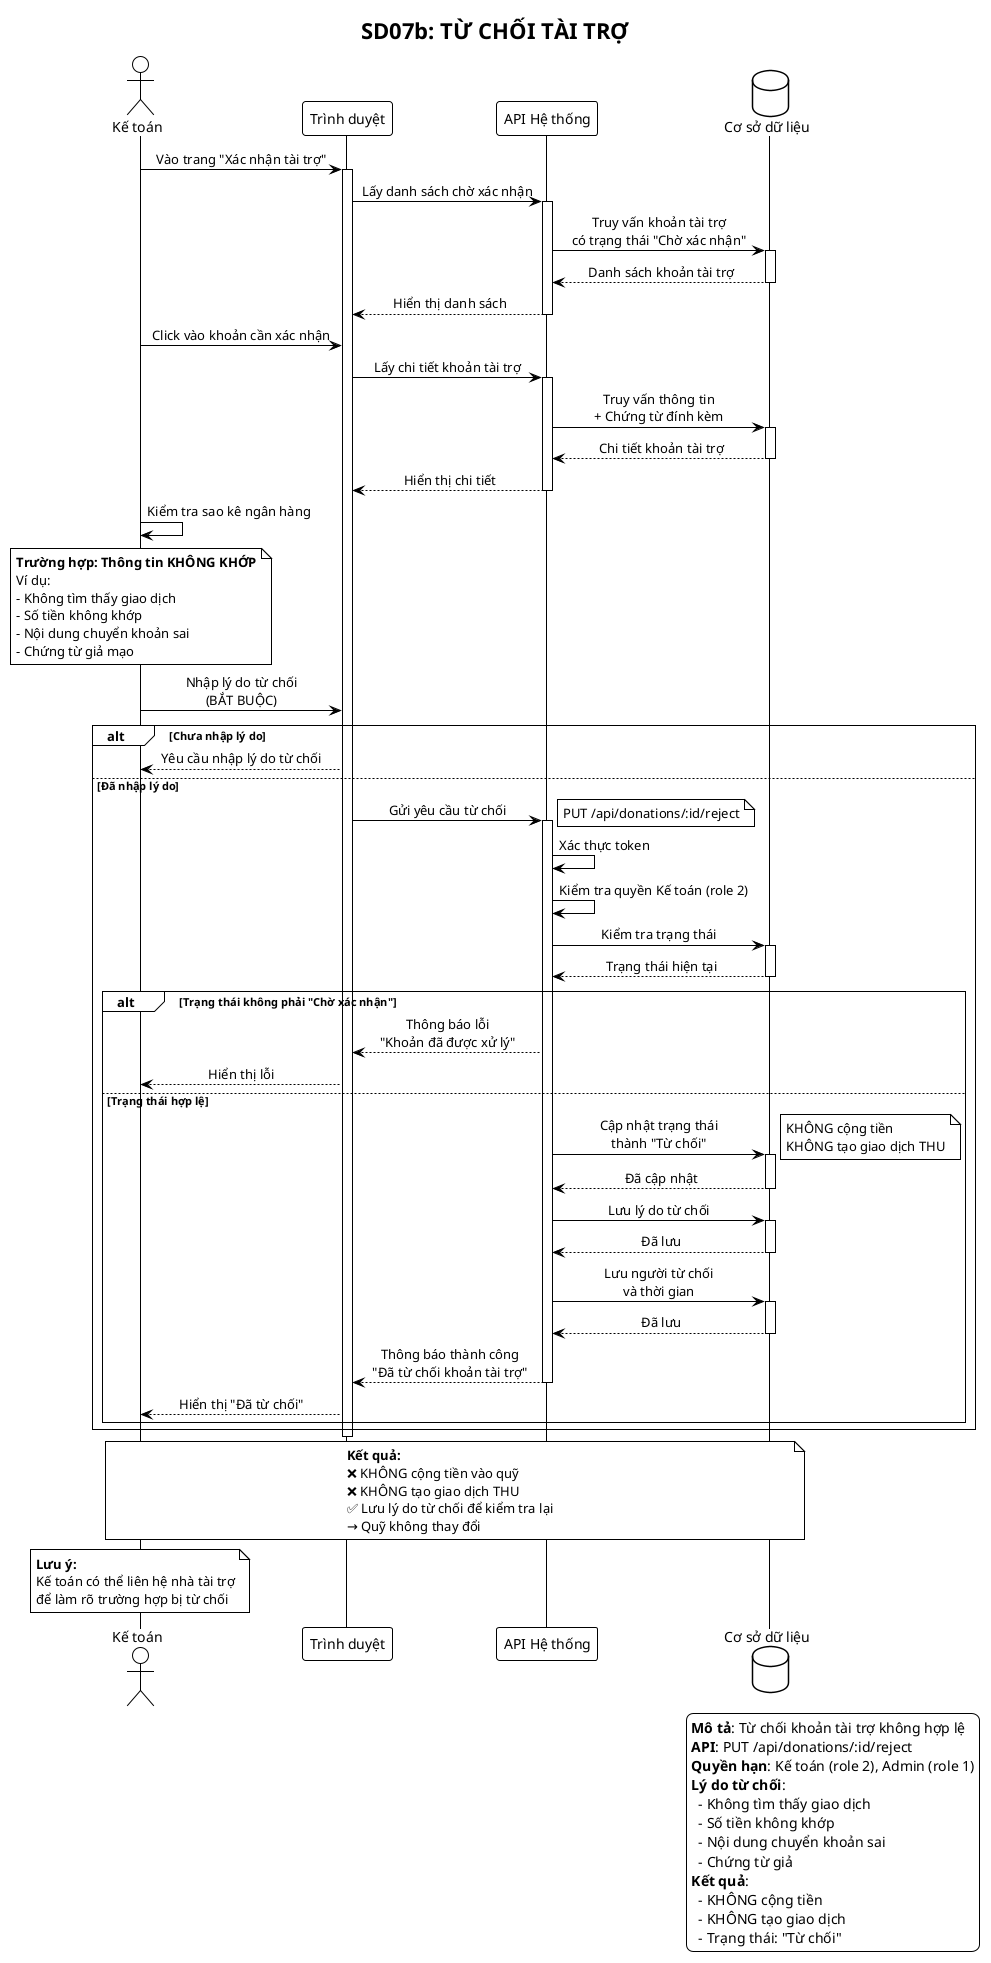
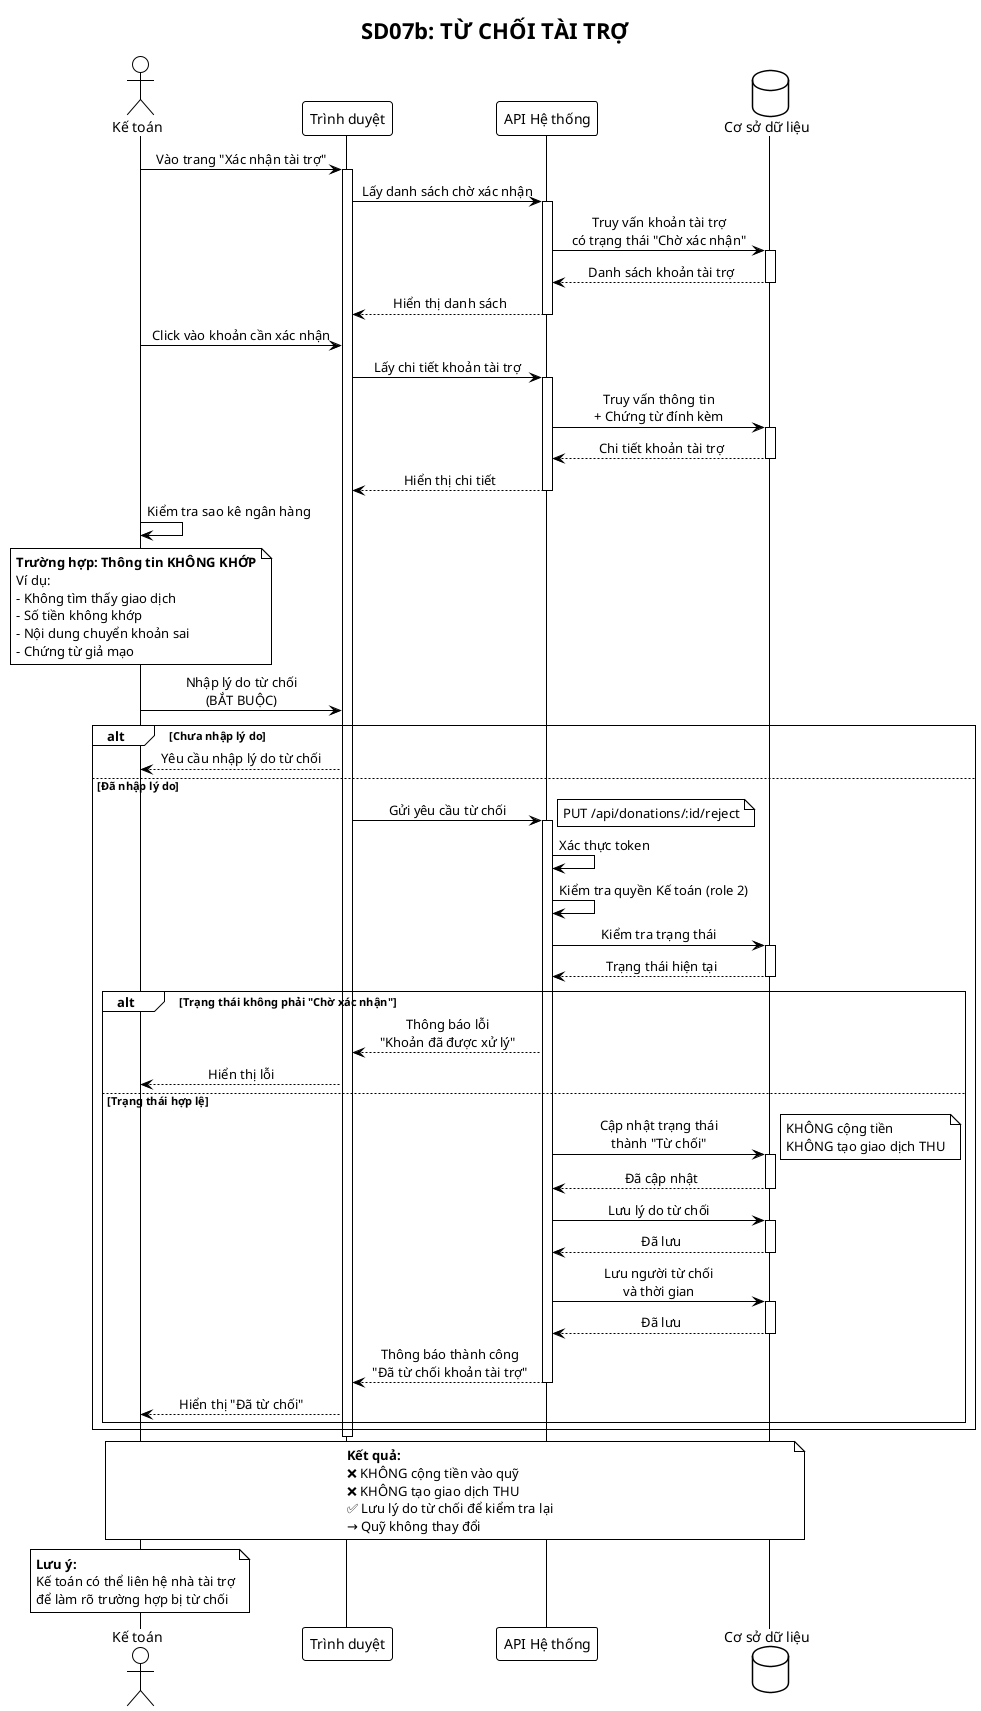
@startuml SD07b_Tu_Choi_Tai_Tro
!theme plain
skinparam backgroundColor #FFFFFF
skinparam sequenceMessageAlign center

title **SD07b: TỪ CHỐI TÀI TRỢ**

actor "Kế toán" as KT
participant "Trình duyệt" as Browser
participant "API Hệ thống" as API
database "Cơ sở dữ liệu" as DB

KT -> Browser: Vào trang "Xác nhận tài trợ"
activate Browser

Browser -> API: Lấy danh sách chờ xác nhận
activate API
API -> DB: Truy vấn khoản tài trợ\ncó trạng thái "Chờ xác nhận"
activate DB
DB --> API: Danh sách khoản tài trợ
deactivate DB
API --> Browser: Hiển thị danh sách
deactivate API

KT -> Browser: Click vào khoản cần xác nhận
Browser -> API: Lấy chi tiết khoản tài trợ
activate API
API -> DB: Truy vấn thông tin\n+ Chứng từ đính kèm
activate DB
DB --> API: Chi tiết khoản tài trợ
deactivate DB
API --> Browser: Hiển thị chi tiết
deactivate API

KT -> KT: Kiểm tra sao kê ngân hàng

note over KT
**Trường hợp: Thông tin KHÔNG KHỚP**
Ví dụ:
- Không tìm thấy giao dịch
- Số tiền không khớp
- Nội dung chuyển khoản sai
- Chứng từ giả mạo
end note

KT -> Browser: Nhập lý do từ chối\n(BẮT BUỘC)

alt Chưa nhập lý do
    Browser --> KT: Yêu cầu nhập lý do từ chối
else Đã nhập lý do
    Browser -> API: Gửi yêu cầu từ chối
    activate API
    note right: PUT /api/donations/:id/reject

    API -> API: Xác thực token
    API -> API: Kiểm tra quyền Kế toán (role 2)

    API -> DB: Kiểm tra trạng thái
    activate DB
    DB --> API: Trạng thái hiện tại
    deactivate DB

    alt Trạng thái không phải "Chờ xác nhận"
        API --> Browser: Thông báo lỗi\n"Khoản đã được xử lý"
        Browser --> KT: Hiển thị lỗi
    else Trạng thái hợp lệ
        API -> DB: Cập nhật trạng thái\nthành "Từ chối"
        activate DB
        note right
        KHÔNG cộng tiền
        KHÔNG tạo giao dịch THU
        end note
        DB --> API: Đã cập nhật
        deactivate DB

        API -> DB: Lưu lý do từ chối
        activate DB
        DB --> API: Đã lưu
        deactivate DB

        API -> DB: Lưu người từ chối\nvà thời gian
        activate DB
        DB --> API: Đã lưu
        deactivate DB

        API --> Browser: Thông báo thành công\n"Đã từ chối khoản tài trợ"
        deactivate API

        Browser --> KT: Hiển thị "Đã từ chối"
    end
end

deactivate Browser

note over KT, DB
**Kết quả:**
❌ KHÔNG cộng tiền vào quỹ
❌ KHÔNG tạo giao dịch THU
✅ Lưu lý do từ chối để kiểm tra lại
→ Quỹ không thay đổi
end note

note over KT
**Lưu ý:**
Kế toán có thể liên hệ nhà tài trợ
để làm rõ trường hợp bị từ chối
end note

- legend right
- **Mô tả**: Từ chối khoản tài trợ không hợp lệ
- **API**: PUT /api/donations/:id/reject
- **Quyền hạn**: Kế toán (role 2), Admin (role 1)
- **Lý do từ chối**:
-   - Không tìm thấy giao dịch
-   - Số tiền không khớp
-   - Nội dung chuyển khoản sai
-   - Chứng từ giả
- **Kết quả**:
-   - KHÔNG cộng tiền
-   - KHÔNG tạo giao dịch
-   - Trạng thái: "Từ chối"
- endlegend
- 
@enduml
